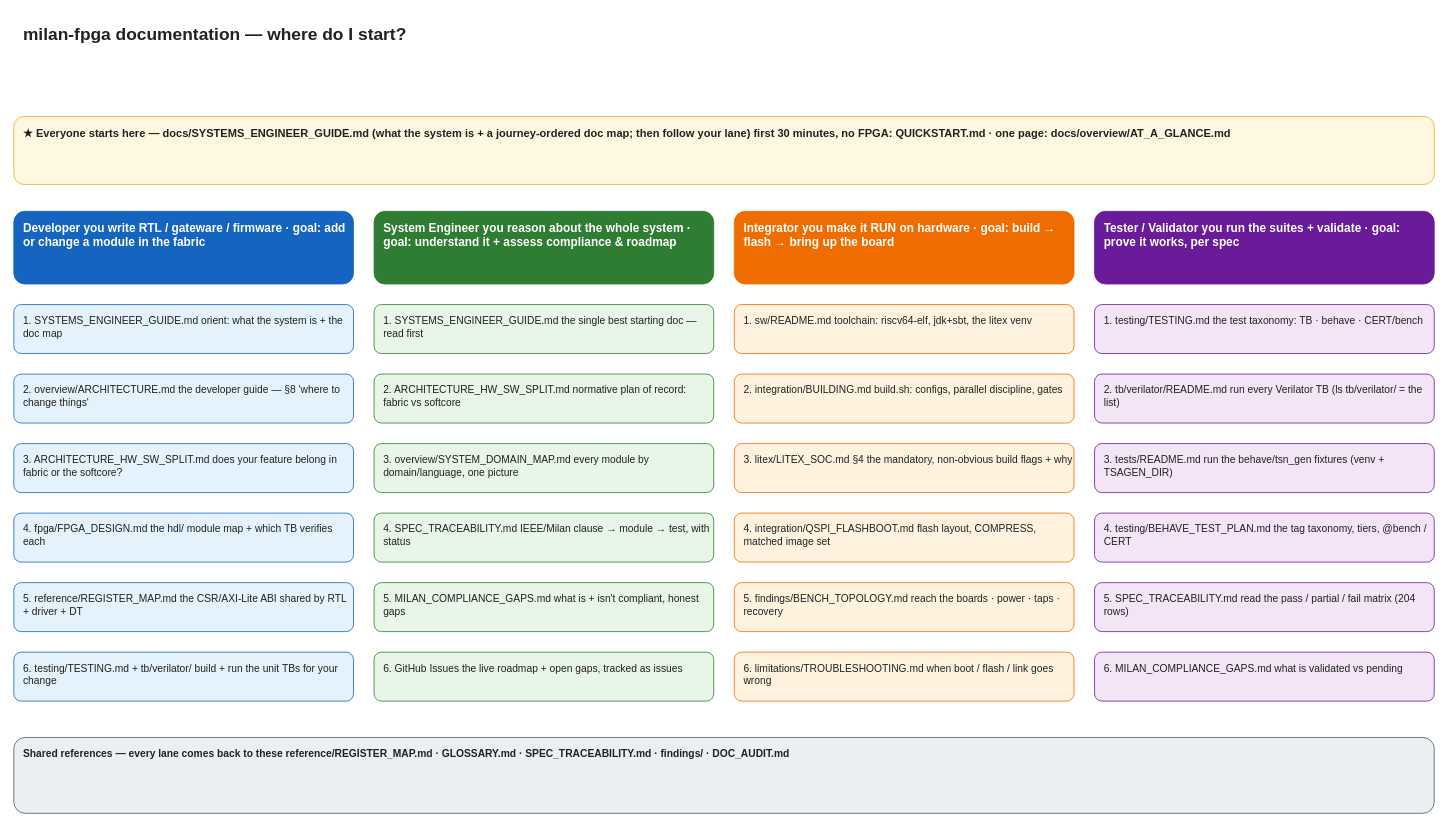
The draw.io diagram docs/DOC_MAP.drawio in kebag-logic/milan-fpga, before the edit. Source tidied: cells renumbered, new cells numbered last; positions are measured from the earlier drawing's top-left corner, leaving out a move shared by most shapes. Both pictures are drawn from the tidied source at 79%, with x=0, y=0 at pixel (13, 13).
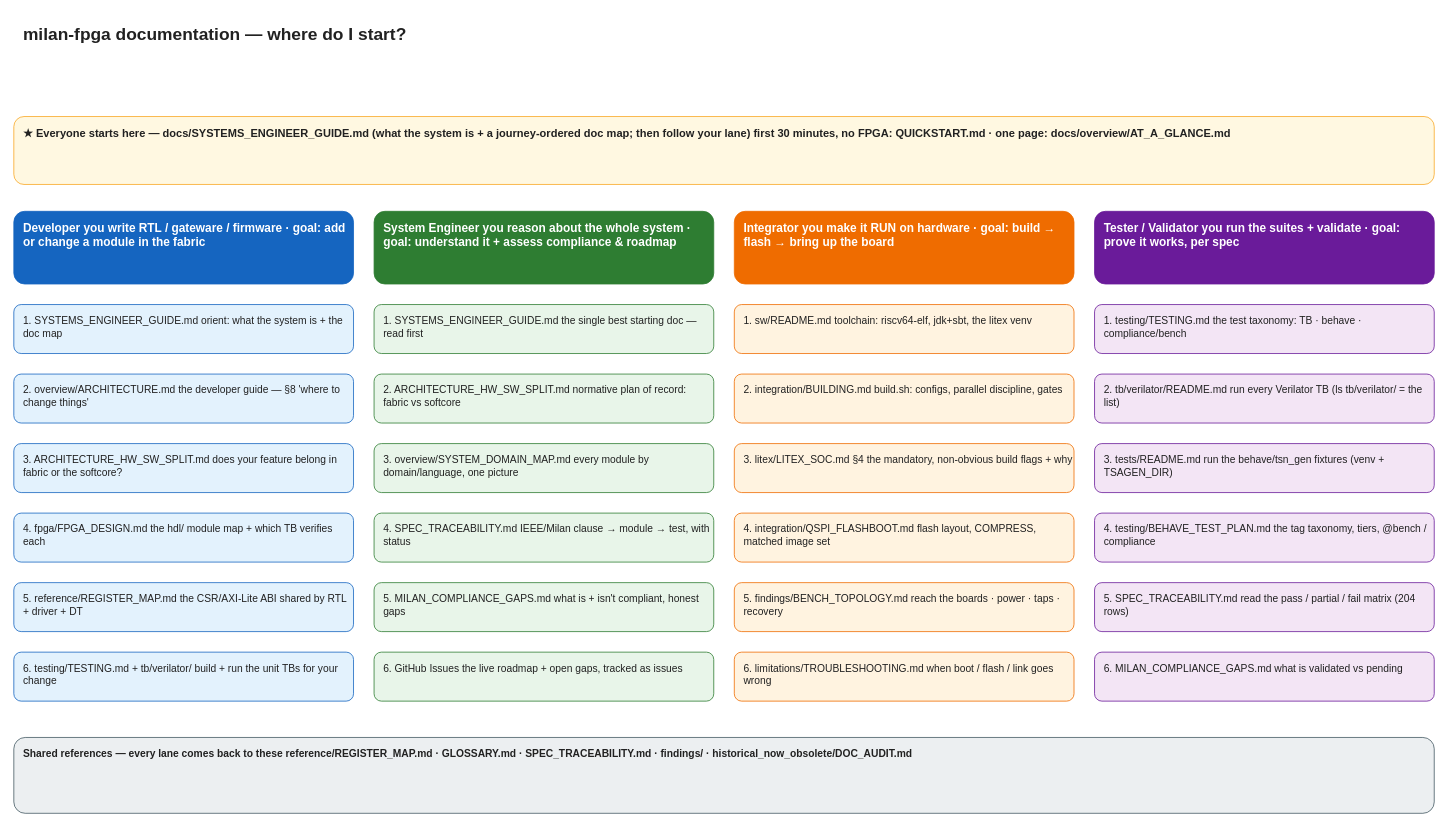
Above is the later version.

Diff of the diagram source:
```diff
@@
-    <mxCell id="26" value="1.  testing/TESTING.md the test taxonomy: TB · behave · CERT/bench" style="rounded=1;whiteSpace=wrap;html=1;fillColor=#F3E5F5;strokeColor=#6A1B9A;fontSize=13;align=left;verticalAlign=top;spacingLeft=10;spacingTop=6;fontColor=#212121;" parent="1" vertex="1">
+    <mxCell id="26" value="1.  testing/TESTING.md the test taxonomy: TB · behave · compliance/bench" style="rounded=1;whiteSpace=wrap;html=1;fillColor=#F3E5F5;strokeColor=#6A1B9A;fontSize=13;align=left;verticalAlign=top;spacingLeft=10;spacingTop=6;fontColor=#212121;" parent="1" vertex="1">
       <mxGeometry x="1368" y="368" width="430" height="62" as="geometry" />
     </mxCell>
@@
-    <mxCell id="29" value="4.  testing/BEHAVE_TEST_PLAN.md the tag taxonomy, tiers, @bench / CERT" style="rounded=1;whiteSpace=wrap;html=1;fillColor=#F3E5F5;strokeColor=#6A1B9A;fontSize=13;align=left;verticalAlign=top;spacingLeft=10;spacingTop=6;fontColor=#212121;" parent="1" vertex="1">
+    <mxCell id="29" value="4.  testing/BEHAVE_TEST_PLAN.md the tag taxonomy, tiers, @bench / compliance" style="rounded=1;whiteSpace=wrap;html=1;fillColor=#F3E5F5;strokeColor=#6A1B9A;fontSize=13;align=left;verticalAlign=top;spacingLeft=10;spacingTop=6;fontColor=#212121;" parent="1" vertex="1">
       <mxGeometry x="1368" y="632" width="430" height="62" as="geometry" />
     </mxCell>
@@
-    <mxCell id="32" value="Shared references — every lane comes back to these  reference/REGISTER_MAP.md · GLOSSARY.md · SPEC_TRACEABILITY.md · findings/ · DOC_AUDIT.md" style="rounded=1;whiteSpace=wrap;html=1;fillColor=#ECEFF1;strokeColor=#455A64;fontSize=13;align=left;verticalAlign=top;spacingLeft=10;spacingTop=6;fontColor=#212121;fontStyle=1;" parent="1" vertex="1">
+    <mxCell id="32" value="Shared references — every lane comes back to these  reference/REGISTER_MAP.md · GLOSSARY.md · SPEC_TRACEABILITY.md · findings/ · historical_now_obsolete/DOC_AUDIT.md" style="rounded=1;whiteSpace=wrap;html=1;fillColor=#ECEFF1;strokeColor=#455A64;fontSize=13;align=left;verticalAlign=top;spacingLeft=10;spacingTop=6;fontColor=#212121;fontStyle=1;" parent="1" vertex="1">
       <mxGeometry y="916" width="1798" height="96" as="geometry" />
     </mxCell>
```
